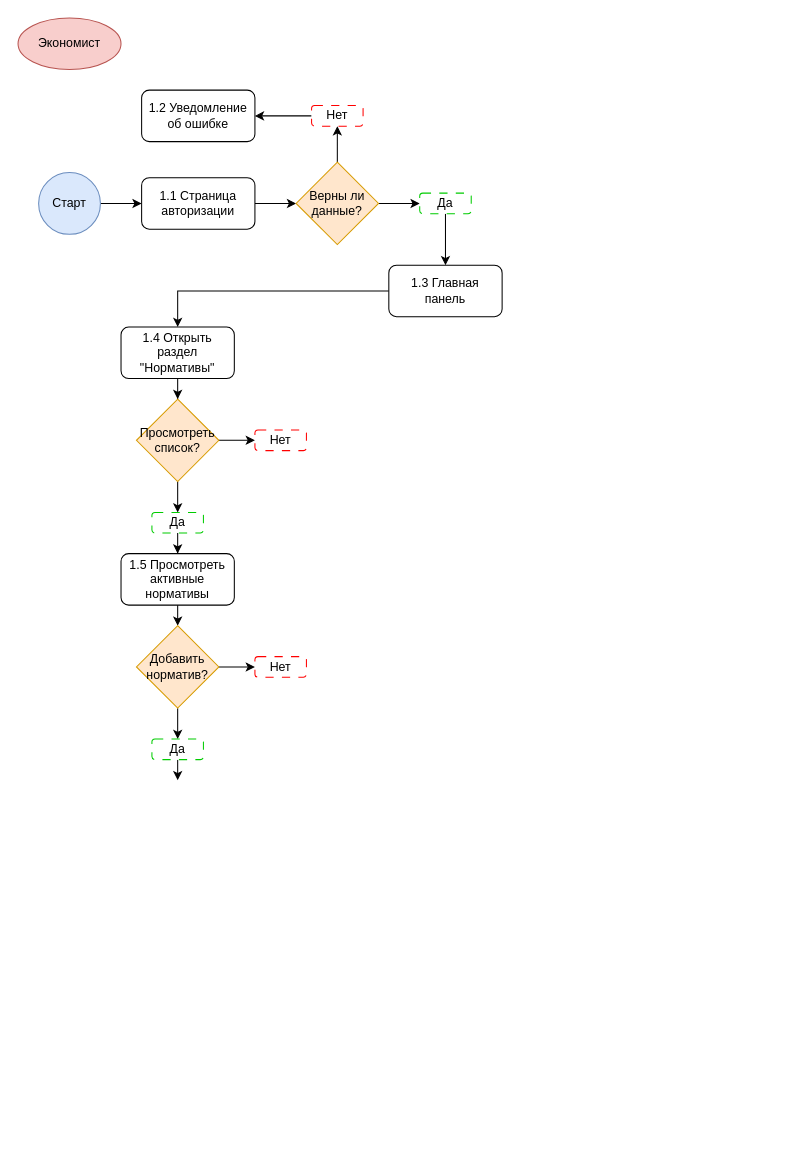
Ksenchez/pricing-analyzer keeps this draw.io diagram as Диаграмма без названия.drawio. Above is the earlier version. Source tidied: cells renumbered, new cells numbered last; positions are measured from the earlier drawing's top-left corner, leaving out a move shared by most shapes. Both pictures are drawn from the tidied source at 103%, with x=0, y=0 at pixel (18, 18).
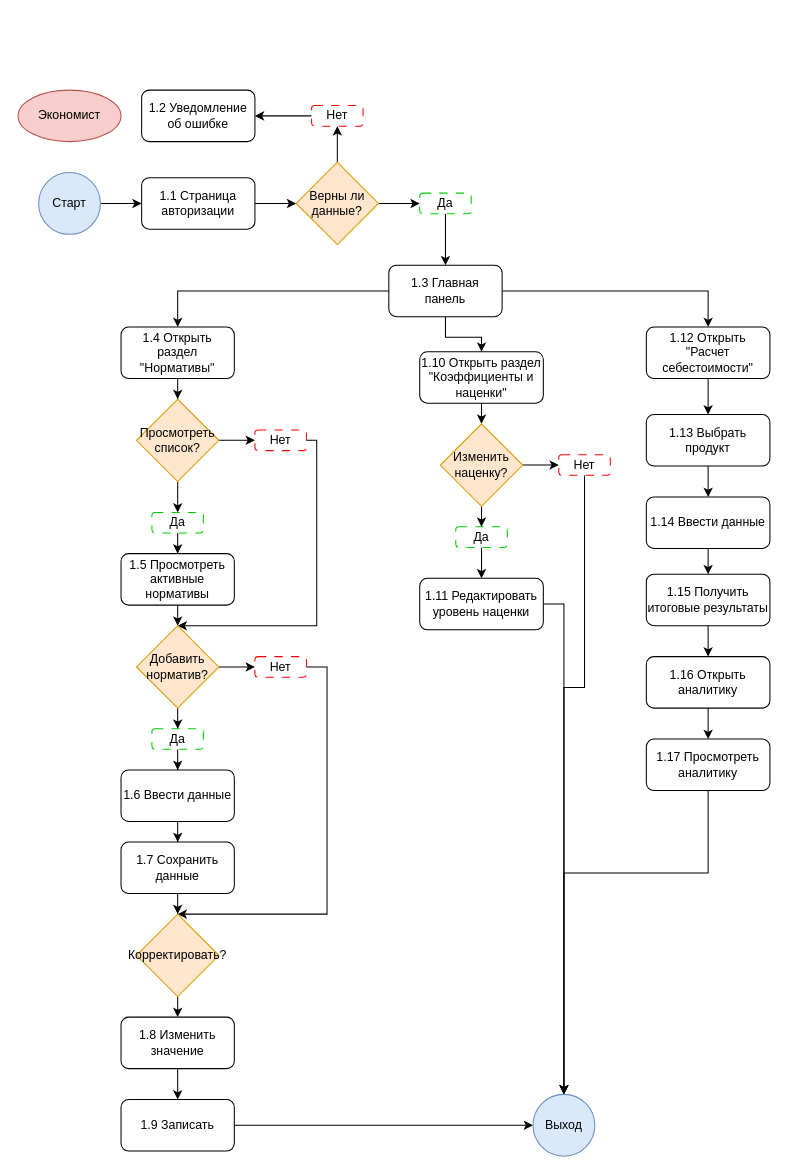
The same page after the edit.

The change refers to these unchanged cells:
```xml
<mxCell id="16" value="1.3 Главная панель" style="rounded=1;whiteSpace=wrap;html=1;" parent="1" vertex="1">
  <mxGeometry x="360" y="240" width="110" height="50" as="geometry" />
</mxCell>
<mxCell id="24" value="Нет" style="rounded=1;whiteSpace=wrap;html=1;strokeColor=light-dark(#ff0000, #ededed);dashed=1;dashPattern=8 8;" parent="1" vertex="1">
  <mxGeometry x="230" y="400" width="50" height="20" as="geometry" />
</mxCell>
<mxCell id="29" value="Добавить норматив?" style="rhombus;whiteSpace=wrap;html=1;fillColor=#ffe6cc;strokeColor=#d79b00;" parent="1" vertex="1">
  <mxGeometry x="115" y="590" width="80" height="80" as="geometry" />
</mxCell>
<mxCell id="32" value="Нет" style="rounded=1;whiteSpace=wrap;html=1;strokeColor=light-dark(#ff0000, #ededed);dashed=1;dashPattern=8 8;" parent="1" vertex="1">
  <mxGeometry x="230" y="620" width="50" height="20" as="geometry" />
</mxCell>
```

Diff of the diagram source:
```diff
@@
     <mxCell id="2" value="Экономист" style="ellipse;whiteSpace=wrap;html=1;fillColor=#f8cecc;strokeColor=#b85450;" parent="1" vertex="1">
-      <mxGeometry width="100" height="50" as="geometry" />
+      <mxGeometry y="70" width="100" height="50" as="geometry" />
     </mxCell>
@@
+    <mxCell id="33" style="edgeStyle=orthogonalEdgeStyle;rounded=0;jettySize=auto;html=1;entryX=0.5;entryY=0;entryDx=0;entryDy=0;" parent="1" edge="1" source="16" target="60">
+      <mxGeometry relative="1" as="geometry" />
+    </mxCell>
+    <mxCell id="34" style="edgeStyle=orthogonalEdgeStyle;rounded=0;jettySize=auto;html=1;entryX=0.5;entryY=0;entryDx=0;entryDy=0;" parent="1" edge="1" source="16" target="47">
+      <mxGeometry relative="1" as="geometry" />
+    </mxCell>
@@
+    <mxCell id="35" style="edgeStyle=orthogonalEdgeStyle;rounded=0;jettySize=auto;html=1;entryX=0.5;entryY=0;entryDx=0;entryDy=0;" parent="1" edge="1" source="24" target="29">
+      <mxGeometry relative="1" as="geometry">
+        <Array as="points">
+          <mxPoint x="290" y="410" />
+          <mxPoint x="290" y="590" />
+        </Array>
+      </mxGeometry>
+    </mxCell>
@@
-    <mxCell id="30" style="edgeStyle=orthogonalEdgeStyle;rounded=0;jettySize=auto;html=1;entryX=0.5;entryY=0;entryDx=0;entryDy=0;" parent="1" edge="1" source="31">
-      <mxGeometry relative="1" as="geometry">
-        <mxPoint x="155" y="740" as="targetPoint" />
-      </mxGeometry>
+    <mxCell id="30" style="edgeStyle=orthogonalEdgeStyle;rounded=0;jettySize=auto;html=1;entryX=0.5;entryY=0;entryDx=0;entryDy=0;" parent="1" edge="1" source="31" target="38">
+      <mxGeometry relative="1" as="geometry" />
     </mxCell>
     <mxCell id="31" value="Да" style="rounded=1;whiteSpace=wrap;html=1;strokeColor=light-dark(#00CC00,#EDEDED);dashed=1;dashPattern=8 8;" parent="1" vertex="1">
-      <mxGeometry x="130" y="700" width="50" height="20" as="geometry" />
+      <mxGeometry x="130" y="690" width="50" height="20" as="geometry" />
     </mxCell>
+    <mxCell id="36" style="edgeStyle=orthogonalEdgeStyle;rounded=0;jettySize=auto;html=1;entryX=0.5;entryY=0;entryDx=0;entryDy=0;" parent="1" edge="1" source="32" target="42">
+      <mxGeometry relative="1" as="geometry">
+        <Array as="points">
+          <mxPoint x="300" y="630" />
+          <mxPoint x="300" y="870" />
+        </Array>
+      </mxGeometry>
+    </mxCell>
@@
+    <mxCell id="37" style="edgeStyle=orthogonalEdgeStyle;rounded=0;jettySize=auto;html=1;entryX=0.5;entryY=0;entryDx=0;entryDy=0;" parent="1" edge="1" source="38" target="40">
+      <mxGeometry relative="1" as="geometry" />
+    </mxCell>
+    <mxCell id="38" value="1.6 Ввести данные" style="rounded=1;whiteSpace=wrap;html=1;" parent="1" vertex="1">
+      <mxGeometry x="100" y="730" width="110" height="50" as="geometry" />
+    </mxCell>
+    <mxCell id="39" style="edgeStyle=orthogonalEdgeStyle;rounded=0;jettySize=auto;html=1;entryX=0.5;entryY=0;entryDx=0;entryDy=0;" parent="1" edge="1" source="40" target="42">
+      <mxGeometry relative="1" as="geometry" />
+    </mxCell>
+    <mxCell id="40" value="1.7 Сохранить данные" style="rounded=1;whiteSpace=wrap;html=1;" parent="1" vertex="1">
+      <mxGeometry x="100" y="800" width="110" height="50" as="geometry" />
+    </mxCell>
+    <mxCell id="41" style="edgeStyle=orthogonalEdgeStyle;rounded=0;jettySize=auto;html=1;exitX=0.5;exitY=1;exitDx=0;exitDy=0;entryX=0.5;entryY=0;entryDx=0;entryDy=0;" parent="1" edge="1" source="42" target="44">
+      <mxGeometry relative="1" as="geometry" />
+    </mxCell>
+    <mxCell id="42" value="Корректировать?" style="rhombus;whiteSpace=wrap;html=1;fillColor=#ffe6cc;strokeColor=#d79b00;" parent="1" vertex="1">
+      <mxGeometry x="115" y="870" width="80" height="80" as="geometry" />
+    </mxCell>
+    <mxCell id="43" style="edgeStyle=orthogonalEdgeStyle;rounded=0;jettySize=auto;html=1;" parent="1" edge="1" source="44" target="46">
+      <mxGeometry relative="1" as="geometry" />
+    </mxCell>
+    <mxCell id="44" value="1.8 Изменить значение" style="rounded=1;whiteSpace=wrap;html=1;" parent="1" vertex="1">
+      <mxGeometry x="100" y="970" width="110" height="50" as="geometry" />
+    </mxCell>
+    <mxCell id="45" style="edgeStyle=orthogonalEdgeStyle;rounded=0;jettySize=auto;html=1;" parent="1" edge="1" source="46" target="58">
+      <mxGeometry relative="1" as="geometry" />
+    </mxCell>
+    <mxCell id="46" value="1.9 Записать" style="rounded=1;whiteSpace=wrap;html=1;" parent="1" vertex="1">
+      <mxGeometry x="100" y="1050" width="110" height="50" as="geometry" />
+    </mxCell>
+    <mxCell id="47" value="1.10 Открыть раздел &quot;Коэффициенты и наценки&quot;" style="rounded=1;whiteSpace=wrap;html=1;" parent="1" vertex="1">
+      <mxGeometry x="390" y="324" width="120" height="50" as="geometry" />
+    </mxCell>
+    <mxCell id="48" style="edgeStyle=orthogonalEdgeStyle;rounded=0;jettySize=auto;html=1;entryX=0.5;entryY=0;entryDx=0;entryDy=0;" parent="1" edge="1" target="51">
+      <mxGeometry relative="1" as="geometry">
+        <mxPoint x="450" y="374" as="sourcePoint" />
+      </mxGeometry>
+    </mxCell>
+    <mxCell id="49" style="edgeStyle=orthogonalEdgeStyle;rounded=0;jettySize=auto;html=1;entryX=0.5;entryY=0;entryDx=0;entryDy=0;" parent="1" edge="1" source="51" target="53">
+      <mxGeometry relative="1" as="geometry" />
+    </mxCell>
+    <mxCell id="50" style="edgeStyle=orthogonalEdgeStyle;rounded=0;jettySize=auto;html=1;entryX=0;entryY=0.5;entryDx=0;entryDy=0;" parent="1" edge="1" source="51" target="55">
+      <mxGeometry relative="1" as="geometry" />
+    </mxCell>
+    <mxCell id="51" value="Изменить наценку?" style="rhombus;whiteSpace=wrap;html=1;fillColor=#ffe6cc;strokeColor=#d79b00;" parent="1" vertex="1">
+      <mxGeometry x="410" y="394" width="80" height="80" as="geometry" />
+    </mxCell>
+    <mxCell id="52" style="edgeStyle=orthogonalEdgeStyle;rounded=0;jettySize=auto;html=1;entryX=0.5;entryY=0;entryDx=0;entryDy=0;" parent="1" edge="1" source="53">
+      <mxGeometry relative="1" as="geometry">
+        <mxPoint x="450" y="544" as="targetPoint" />
+      </mxGeometry>
+    </mxCell>
+    <mxCell id="53" value="Да" style="rounded=1;whiteSpace=wrap;html=1;strokeColor=light-dark(#00CC00,#EDEDED);dashed=1;dashPattern=8 8;" parent="1" vertex="1">
+      <mxGeometry x="425" y="494" width="50" height="20" as="geometry" />
+    </mxCell>
+    <mxCell id="54" style="edgeStyle=orthogonalEdgeStyle;rounded=0;jettySize=auto;html=1;entryX=0.5;entryY=0;entryDx=0;entryDy=0;" parent="1" edge="1" source="55" target="58">
+      <mxGeometry relative="1" as="geometry">
+        <Array as="points">
+          <mxPoint x="550" y="650" />
+          <mxPoint x="530" y="650" />
+        </Array>
+      </mxGeometry>
+    </mxCell>
+    <mxCell id="55" value="Нет" style="rounded=1;whiteSpace=wrap;html=1;strokeColor=light-dark(#ff0000, #ededed);dashed=1;dashPattern=8 8;" parent="1" vertex="1">
+      <mxGeometry x="525" y="424" width="50" height="20" as="geometry" />
+    </mxCell>
+    <mxCell id="56" style="edgeStyle=orthogonalEdgeStyle;rounded=0;jettySize=auto;html=1;entryX=0.5;entryY=0;entryDx=0;entryDy=0;" parent="1" edge="1" source="57" target="58">
+      <mxGeometry relative="1" as="geometry">
+        <Array as="points">
+          <mxPoint x="530" y="569" />
+          <mxPoint x="530" y="1045" />
+        </Array>
+      </mxGeometry>
+    </mxCell>
+    <mxCell id="57" value="1.11 Редактировать уровень наценки" style="rounded=1;whiteSpace=wrap;html=1;" parent="1" vertex="1">
+      <mxGeometry x="390" y="544" width="120" height="50" as="geometry" />
+    </mxCell>
+    <mxCell id="58" value="Выход" style="ellipse;whiteSpace=wrap;html=1;fillColor=#dae8fc;strokeColor=#6c8ebf;" parent="1" vertex="1">
+      <mxGeometry x="500" y="1045" width="60" height="60" as="geometry" />
+    </mxCell>
+    <mxCell id="59" style="edgeStyle=orthogonalEdgeStyle;rounded=0;jettySize=auto;html=1;entryX=0.5;entryY=0;entryDx=0;entryDy=0;" parent="1" edge="1" source="60" target="62">
+      <mxGeometry relative="1" as="geometry" />
+    </mxCell>
+    <mxCell id="60" value="1.12 Открыть &quot;Расчет себестоимости&quot;" style="rounded=1;whiteSpace=wrap;html=1;" parent="1" vertex="1">
+      <mxGeometry x="610" y="300" width="120" height="50" as="geometry" />
+    </mxCell>
+    <mxCell id="61" style="edgeStyle=orthogonalEdgeStyle;rounded=0;jettySize=auto;html=1;entryX=0.5;entryY=0;entryDx=0;entryDy=0;" parent="1" edge="1" source="62" target="64">
+      <mxGeometry relative="1" as="geometry" />
+    </mxCell>
+    <mxCell id="62" value="1.13 Выбрать продукт" style="rounded=1;whiteSpace=wrap;html=1;" parent="1" vertex="1">
+      <mxGeometry x="610" y="385" width="120" height="50" as="geometry" />
+    </mxCell>
+    <mxCell id="63" style="edgeStyle=orthogonalEdgeStyle;rounded=0;jettySize=auto;html=1;entryX=0.5;entryY=0;entryDx=0;entryDy=0;" parent="1" edge="1" source="64" target="66">
+      <mxGeometry relative="1" as="geometry" />
+    </mxCell>
+    <mxCell id="64" value="1.14 Ввести данные" style="rounded=1;whiteSpace=wrap;html=1;" parent="1" vertex="1">
+      <mxGeometry x="610" y="465" width="120" height="50" as="geometry" />
+    </mxCell>
+    <mxCell id="65" style="edgeStyle=orthogonalEdgeStyle;rounded=0;jettySize=auto;html=1;entryX=0.5;entryY=0;entryDx=0;entryDy=0;" parent="1" edge="1" source="66" target="68">
+      <mxGeometry relative="1" as="geometry" />
+    </mxCell>
+    <mxCell id="66" value="1.15 Получить итоговые результаты" style="rounded=1;whiteSpace=wrap;html=1;" parent="1" vertex="1">
+      <mxGeometry x="610" y="540" width="120" height="50" as="geometry" />
+    </mxCell>
+    <mxCell id="67" style="edgeStyle=orthogonalEdgeStyle;rounded=0;jettySize=auto;html=1;entryX=0.5;entryY=0;entryDx=0;entryDy=0;" parent="1" edge="1" source="68" target="70">
+      <mxGeometry relative="1" as="geometry" />
+    </mxCell>
+    <mxCell id="68" value="1.16 Открыть аналитику" style="rounded=1;whiteSpace=wrap;html=1;" parent="1" vertex="1">
+      <mxGeometry x="610" y="620" width="120" height="50" as="geometry" />
+    </mxCell>
+    <mxCell id="69" style="edgeStyle=orthogonalEdgeStyle;rounded=0;jettySize=auto;html=1;entryX=0.5;entryY=0;entryDx=0;entryDy=0;" parent="1" edge="1" source="70" target="58">
+      <mxGeometry relative="1" as="geometry">
+        <Array as="points">
+          <mxPoint x="670" y="830" />
+          <mxPoint x="530" y="830" />
+        </Array>
+      </mxGeometry>
+    </mxCell>
+    <mxCell id="70" value="1.17 Просмотреть аналитику" style="rounded=1;whiteSpace=wrap;html=1;" parent="1" vertex="1">
+      <mxGeometry x="610" y="700" width="120" height="50" as="geometry" />
+    </mxCell>
```
